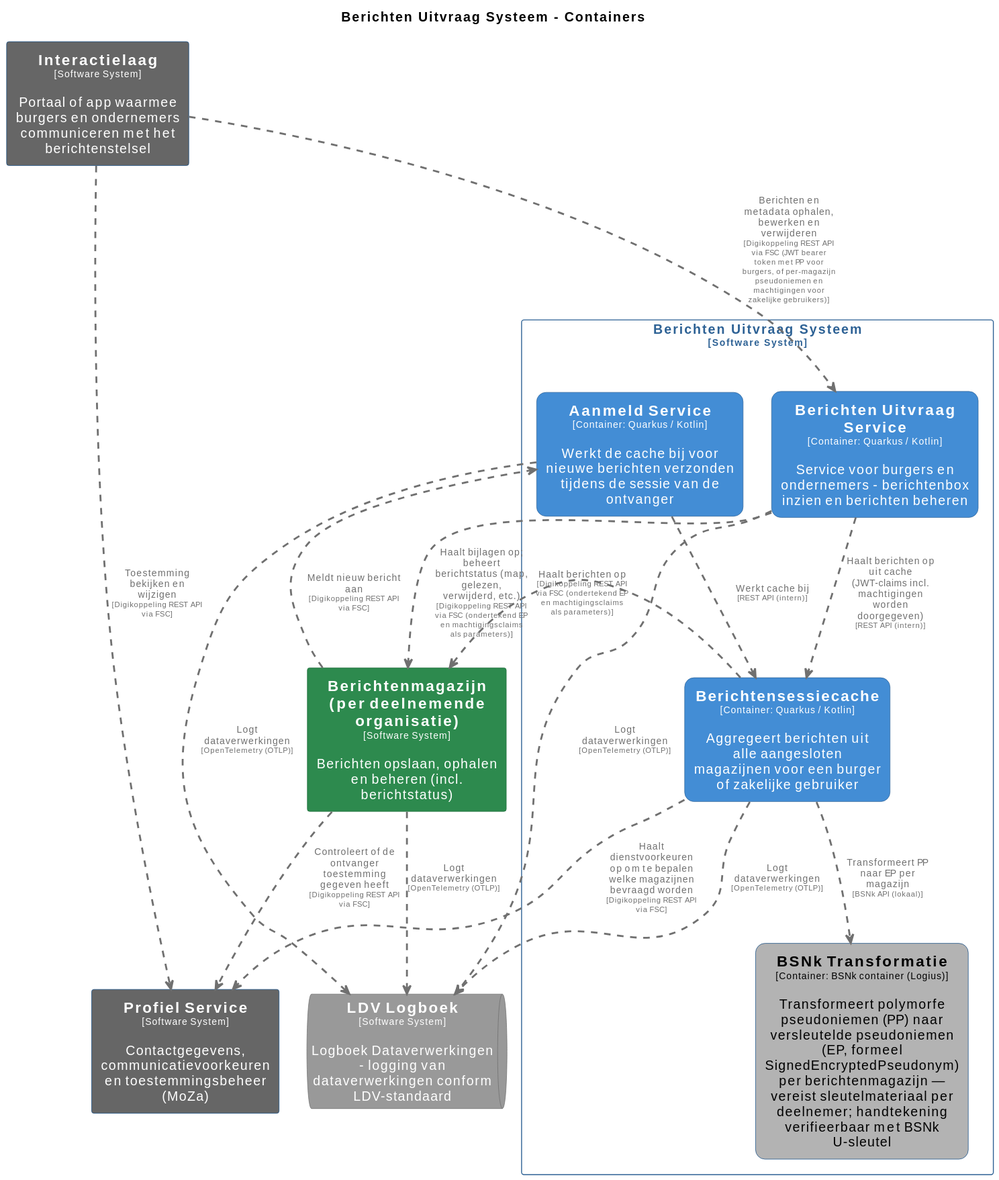
Earlier version of the PlantUML export pr-preview/pr-22/master/svg/BerichtenUitvraagSysteemContainers.svg (MinBZK/moza-poc-fbs-berichtenbox). Its source is kept beside it as pr-preview/pr-22/master/puml/BerichtenUitvraagSysteemContainers.puml.
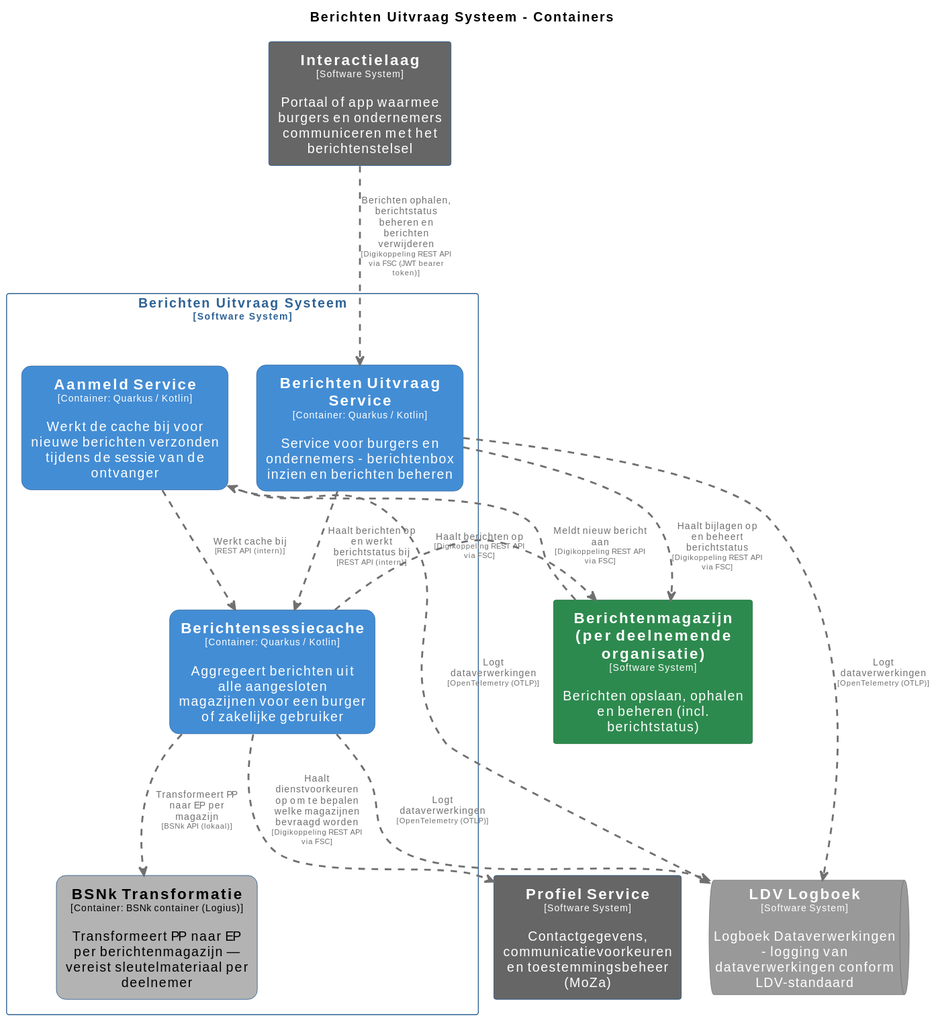
After the commit.

Diff of the diagram source:
```diff
@@ -81,22 +81,19 @@
 rectangle "Berichten Uitvraag Systeem\n<size:10>[Software System]</size>" <<BerichtenUitvraagSysteem>> {
   rectangle "==Berichtensessiecache\n<size:10>[Container: Quarkus / Kotlin]</size>\n\nAggregeert berichten uit alle aangesloten magazijnen voor een burger of zakelijke gebruiker" <<BerichtenUitvraagSysteem.Berichtensessiecache>> as BerichtenUitvraagSysteem.Berichtensessiecache
   rectangle "==Berichten Uitvraag Service\n<size:10>[Container: Quarkus / Kotlin]</size>\n\nService voor burgers en ondernemers - berichtenbox inzien en berichten beheren" <<BerichtenUitvraagSysteem.BerichtenUitvraagService>> as BerichtenUitvraagSysteem.BerichtenUitvraagService
-  rectangle "==BSNk Transformatie\n<size:10>[Container: BSNk container (Logius)]</size>\n\nTransformeert polymorfe pseudoniemen (PP) naar versleutelde pseudoniemen (EP, formeel SignedEncryptedPseudonym) per berichtenmagazijn — vereist sleutelmateriaal per deelnemer; handtekening verifieerbaar met BSNk U-sleutel" <<BerichtenUitvraagSysteem.BSNkTransformatie>> as BerichtenUitvraagSysteem.BSNkTransformatie
+  rectangle "==BSNk Transformatie\n<size:10>[Container: BSNk container (Logius)]</size>\n\nTransformeert PP naar EP per berichtenmagazijn — vereist sleutelmateriaal per deelnemer" <<BerichtenUitvraagSysteem.BSNkTransformatie>> as BerichtenUitvraagSysteem.BSNkTransformatie
   rectangle "==Aanmeld Service\n<size:10>[Container: Quarkus / Kotlin]</size>\n\nWerkt de cache bij voor nieuwe berichten verzonden tijdens de sessie van de ontvanger" <<BerichtenUitvraagSysteem.AanmeldService>> as BerichtenUitvraagSysteem.AanmeldService
 }
 
-Berichtenmagazijnperdeelnemendeorganisatie .[#707070,thickness=2].> ProfielService : "<color:#707070>Controleert of de ontvanger toestemming gegeven heeft\n<color:#707070><size:8>[Digikoppeling REST API via FSC]</size>"
 BerichtenUitvraagSysteem.Berichtensessiecache .[#707070,thickness=2].> ProfielService : "<color:#707070>Haalt dienstvoorkeuren op om te bepalen welke magazijnen bevraagd worden\n<color:#707070><size:8>[Digikoppeling REST API via FSC]</size>"
-BerichtenUitvraagSysteem.Berichtensessiecache .[#707070,thickness=2].> Berichtenmagazijnperdeelnemendeorganisatie : "<color:#707070>Haalt berichten op\n<color:#707070><size:8>[Digikoppeling REST API via FSC (ondertekend EP en machtigingsclaims als parameters)]</size>"
-Berichtenmagazijnperdeelnemendeorganisatie .[#707070,thickness=2].> LDVLogboek : "<color:#707070>Logt dataverwerkingen\n<color:#707070><size:8>[OpenTelemetry (OTLP)]</size>"
+BerichtenUitvraagSysteem.Berichtensessiecache .[#707070,thickness=2].> Berichtenmagazijnperdeelnemendeorganisatie : "<color:#707070>Haalt berichten op\n<color:#707070><size:8>[Digikoppeling REST API via FSC]</size>"
 BerichtenUitvraagSysteem.Berichtensessiecache .[#707070,thickness=2].> LDVLogboek : "<color:#707070>Logt dataverwerkingen\n<color:#707070><size:8>[OpenTelemetry (OTLP)]</size>"
 BerichtenUitvraagSysteem.BerichtenUitvraagService .[#707070,thickness=2].> LDVLogboek : "<color:#707070>Logt dataverwerkingen\n<color:#707070><size:8>[OpenTelemetry (OTLP)]</size>"
 BerichtenUitvraagSysteem.AanmeldService .[#707070,thickness=2].> LDVLogboek : "<color:#707070>Logt dataverwerkingen\n<color:#707070><size:8>[OpenTelemetry (OTLP)]</size>"
 BerichtenUitvraagSysteem.Berichtensessiecache .[#707070,thickness=2].> BerichtenUitvraagSysteem.BSNkTransformatie : "<color:#707070>Transformeert PP naar EP per magazijn\n<color:#707070><size:8>[BSNk API (lokaal)]</size>"
 BerichtenUitvraagSysteem.AanmeldService .[#707070,thickness=2].> BerichtenUitvraagSysteem.Berichtensessiecache : "<color:#707070>Werkt cache bij\n<color:#707070><size:8>[REST API (intern)]</size>"
-BerichtenUitvraagSysteem.BerichtenUitvraagService .[#707070,thickness=2].> BerichtenUitvraagSysteem.Berichtensessiecache : "<color:#707070>Haalt berichten op uit cache (JWT-claims incl. machtigingen worden doorgegeven)\n<color:#707070><size:8>[REST API (intern)]</size>"
-Interactielaag .[#707070,thickness=2].> BerichtenUitvraagSysteem.BerichtenUitvraagService : "<color:#707070>Berichten en metadata ophalen, bewerken en verwijderen\n<color:#707070><size:8>[Digikoppeling REST API via FSC (JWT bearer token met PP voor burgers, of per-magazijn pseudoniemen en machtigingen voor zakelijke gebruikers)]</size>"
-Interactielaag .[#707070,thickness=2].> ProfielService : "<color:#707070>Toestemming bekijken en wijzigen\n<color:#707070><size:8>[Digikoppeling REST API via FSC]</size>"
-BerichtenUitvraagSysteem.BerichtenUitvraagService .[#707070,thickness=2].> Berichtenmagazijnperdeelnemendeorganisatie : "<color:#707070>Haalt bijlagen op; beheert berichtstatus (map, gelezen, verwijderd, etc.)\n<color:#707070><size:8>[Digikoppeling REST API via FSC (ondertekend EP en machtigingsclaims als parameters)]</size>"
+BerichtenUitvraagSysteem.BerichtenUitvraagService .[#707070,thickness=2].> BerichtenUitvraagSysteem.Berichtensessiecache : "<color:#707070>Haalt berichten op en werkt berichtstatus bij\n<color:#707070><size:8>[REST API (intern)]</size>"
+Interactielaag .[#707070,thickness=2].> BerichtenUitvraagSysteem.BerichtenUitvraagService : "<color:#707070>Berichten ophalen, berichtstatus beheren en berichten verwijderen\n<color:#707070><size:8>[Digikoppeling REST API via FSC (JWT bearer token)]</size>"
+BerichtenUitvraagSysteem.BerichtenUitvraagService .[#707070,thickness=2].> Berichtenmagazijnperdeelnemendeorganisatie : "<color:#707070>Haalt bijlagen op en beheert berichtstatus\n<color:#707070><size:8>[Digikoppeling REST API via FSC]</size>"
 Berichtenmagazijnperdeelnemendeorganisatie .[#707070,thickness=2].> BerichtenUitvraagSysteem.AanmeldService : "<color:#707070>Meldt nieuw bericht aan\n<color:#707070><size:8>[Digikoppeling REST API via FSC]</size>"
 @enduml
```
